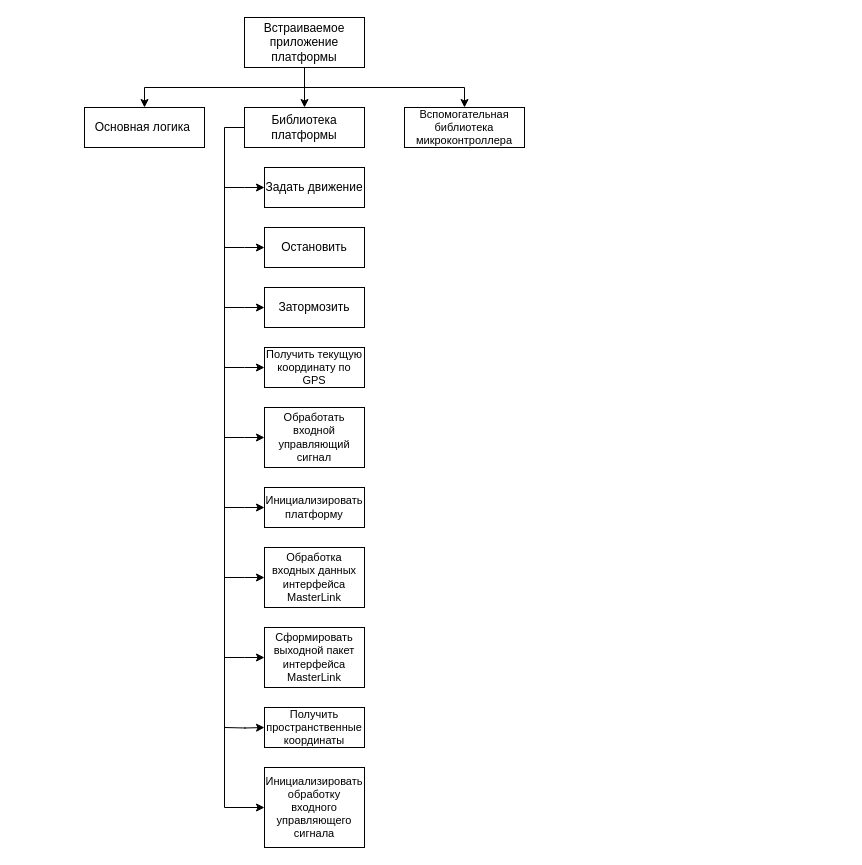
Earlier version of the draw.io diagram Course3/functional.drawio (forem1/Portfolio). Source tidied: cells renumbered, new cells numbered last; positions are measured from the earlier drawing's top-left corner, leaving out a move shared by most shapes. Both pictures are drawn from the tidied source at 100%, with x=0, y=0 at pixel (84, 17).
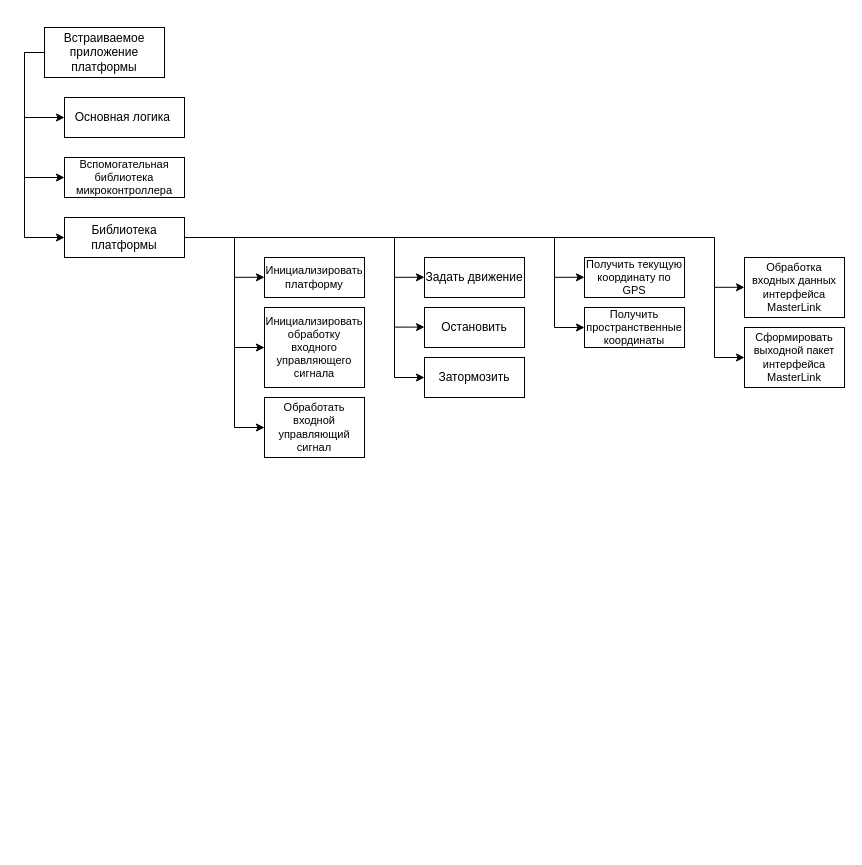
The same diagram, later.

The edit, as a diff of the source:
```diff
@@
-    <mxCell id="2" style="edgeStyle=orthogonalEdgeStyle;rounded=0;jettySize=auto;html=1;exitX=0.5;exitY=1;exitDx=0;exitDy=0;entryX=0.5;entryY=0;entryDx=0;entryDy=0;fontSize=11;startArrow=none;startFill=0;" parent="1" edge="1" source="5" target="8">
-      <mxGeometry relative="1" as="geometry" />
-    </mxCell>
-    <mxCell id="3" style="edgeStyle=orthogonalEdgeStyle;rounded=0;jettySize=auto;html=1;exitX=0.5;exitY=1;exitDx=0;exitDy=0;entryX=0.5;entryY=0;entryDx=0;entryDy=0;fontSize=11;startArrow=none;startFill=0;" parent="1" edge="1" source="5" target="6">
+    <mxCell id="3" style="edgeStyle=orthogonalEdgeStyle;rounded=0;jettySize=auto;html=1;exitX=0;exitY=0.5;exitDx=0;exitDy=0;entryX=0;entryY=0.5;entryDx=0;entryDy=0;fontSize=13;startArrow=none;startFill=0;" parent="1" edge="1" source="5" target="6">
       <mxGeometry relative="1" as="geometry" />
     </mxCell>
-    <mxCell id="4" style="edgeStyle=orthogonalEdgeStyle;rounded=0;jettySize=auto;html=1;exitX=0.5;exitY=1;exitDx=0;exitDy=0;fontSize=11;startArrow=none;startFill=0;" parent="1" edge="1" source="5" target="11">
+    <mxCell id="4" style="edgeStyle=orthogonalEdgeStyle;rounded=0;jettySize=auto;html=1;exitX=0;exitY=0.5;exitDx=0;exitDy=0;entryX=0;entryY=0.5;entryDx=0;entryDy=0;fontSize=13;startArrow=none;startFill=0;" parent="1" edge="1" source="5" target="11">
       <mxGeometry relative="1" as="geometry" />
     </mxCell>
+    <mxCell id="2" style="edgeStyle=orthogonalEdgeStyle;rounded=0;jettySize=auto;html=1;exitX=0;exitY=0.5;exitDx=0;exitDy=0;entryX=0;entryY=0.5;entryDx=0;entryDy=0;fontSize=13;startArrow=none;startFill=0;" parent="1" edge="1" source="5" target="8">
+      <mxGeometry relative="1" as="geometry" />
+    </mxCell>
     <mxCell id="5" value="Встраиваемое приложение платформы" style="rounded=0;whiteSpace=wrap;html=1;" parent="1" vertex="1">
-      <mxGeometry x="160" width="120" height="50" as="geometry" />
+      <mxGeometry x="-40" y="10" width="120" height="50" as="geometry" />
     </mxCell>
     <mxCell id="6" value="Основная логика&amp;nbsp;" style="rounded=0;whiteSpace=wrap;html=1;" parent="1" vertex="1">
-      <mxGeometry y="90" width="120" height="40" as="geometry" />
+      <mxGeometry x="-20" y="80" width="120" height="40" as="geometry" />
     </mxCell>
-    <mxCell id="7" style="edgeStyle=orthogonalEdgeStyle;rounded=0;jettySize=auto;html=1;exitX=0;exitY=0.5;exitDx=0;exitDy=0;fontSize=11;startArrow=none;startFill=0;entryX=0;entryY=0.5;entryDx=0;entryDy=0;" parent="1" edge="1" source="8" target="20">
-      <mxGeometry relative="1" as="geometry">
-        <Array as="points">
-          <mxPoint x="140" y="110" />
-          <mxPoint x="140" y="790" />
-        </Array>
-      </mxGeometry>
-    </mxCell>
+    <mxCell id="29" style="edgeStyle=orthogonalEdgeStyle;rounded=0;jettySize=auto;html=1;exitX=1;exitY=0.5;exitDx=0;exitDy=0;fontSize=12;startArrow=none;startFill=0;entryX=0;entryY=0.5;entryDx=0;entryDy=0;" parent="1" edge="1" source="8" target="24">
+      <mxGeometry relative="1" as="geometry">
+        <Array as="points">
+          <mxPoint x="630" y="220" />
+          <mxPoint x="630" y="340" />
+        </Array>
+      </mxGeometry>
+    </mxCell>
     <mxCell id="8" value="Библиотека платформы" style="rounded=0;whiteSpace=wrap;html=1;" parent="1" vertex="1">
-      <mxGeometry x="160" y="90" width="120" height="40" as="geometry" />
+      <mxGeometry x="-20" y="200" width="120" height="40" as="geometry" />
     </mxCell>
-    <mxCell id="9" style="edgeStyle=orthogonalEdgeStyle;rounded=0;jettySize=auto;html=1;exitX=0;exitY=0.5;exitDx=0;exitDy=0;fontSize=11;startArrow=classic;startFill=1;endArrow=none;endFill=0;" parent="1" edge="1" source="10">
-      <mxGeometry relative="1" as="geometry">
-        <mxPoint x="140" y="170" as="targetPoint" />
-      </mxGeometry>
-    </mxCell>
     <mxCell id="10" value="Задать движение" style="rounded=0;whiteSpace=wrap;html=1;" parent="1" vertex="1">
-      <mxGeometry x="180" y="150" width="100" height="40" as="geometry" />
+      <mxGeometry x="340" y="240" width="100" height="40" as="geometry" />
     </mxCell>
     <mxCell id="11" value="Вспомогательная библиотека микроконтроллера" style="rounded=0;whiteSpace=wrap;html=1;fontSize=11;" parent="1" vertex="1">
-      <mxGeometry x="320" y="90" width="120" height="40" as="geometry" />
+      <mxGeometry x="-20" y="140" width="120" height="40" as="geometry" />
     </mxCell>
     <mxCell id="12" value="Остановить" style="rounded=0;whiteSpace=wrap;html=1;" parent="1" vertex="1">
-      <mxGeometry x="180" y="210" width="100" height="40" as="geometry" />
+      <mxGeometry x="340" y="290" width="100" height="40" as="geometry" />
     </mxCell>
     <mxCell id="13" value="Затормозить" style="rounded=0;whiteSpace=wrap;html=1;" parent="1" vertex="1">
-      <mxGeometry x="180" y="270" width="100" height="40" as="geometry" />
+      <mxGeometry x="340" y="340" width="100" height="40" as="geometry" />
     </mxCell>
     <mxCell id="14" value="Получить текущую координату по GPS" style="rounded=0;whiteSpace=wrap;html=1;fontSize=11;" parent="1" vertex="1">
-      <mxGeometry x="180" y="330" width="100" height="40" as="geometry" />
+      <mxGeometry x="500" y="240" width="100" height="40" as="geometry" />
     </mxCell>
     <mxCell id="15" value="Обработать входной управляющий сигнал" style="rounded=0;whiteSpace=wrap;html=1;fontSize=11;" parent="1" vertex="1">
-      <mxGeometry x="180" y="390" width="100" height="60" as="geometry" />
+      <mxGeometry x="180" y="380" width="100" height="60" as="geometry" />
     </mxCell>
-    <mxCell id="16" style="edgeStyle=orthogonalEdgeStyle;rounded=0;jettySize=auto;html=1;exitX=0;exitY=0.5;exitDx=0;exitDy=0;fontSize=11;startArrow=classic;startFill=1;endArrow=none;endFill=0;" parent="1" edge="1" source="12">
-      <mxGeometry relative="1" as="geometry">
-        <mxPoint x="140" y="230" as="targetPoint" />
-      </mxGeometry>
-    </mxCell>
-    <mxCell id="17" style="edgeStyle=orthogonalEdgeStyle;rounded=0;jettySize=auto;html=1;exitX=0;exitY=0.5;exitDx=0;exitDy=0;fontSize=11;startArrow=classic;startFill=1;endArrow=none;endFill=0;" parent="1" edge="1" source="13">
-      <mxGeometry relative="1" as="geometry">
-        <mxPoint x="140" y="290" as="targetPoint" />
-      </mxGeometry>
-    </mxCell>
-    <mxCell id="18" style="edgeStyle=orthogonalEdgeStyle;rounded=0;jettySize=auto;html=1;exitX=0;exitY=0.5;exitDx=0;exitDy=0;fontSize=11;startArrow=classic;startFill=1;endArrow=none;endFill=0;" parent="1" edge="1" source="14">
-      <mxGeometry relative="1" as="geometry">
-        <mxPoint x="140" y="350" as="targetPoint" />
-      </mxGeometry>
-    </mxCell>
     <mxCell id="19" value="Инициализировать платформу" style="rounded=0;whiteSpace=wrap;html=1;fontSize=11;" parent="1" vertex="1">
-      <mxGeometry x="180" y="470" width="100" height="40" as="geometry" />
+      <mxGeometry x="180" y="240" width="100" height="40" as="geometry" />
     </mxCell>
     <mxCell id="20" value="Инициализировать обработку входного управляющего сигнала" style="rounded=0;whiteSpace=wrap;html=1;fontSize=11;" parent="1" vertex="1">
-      <mxGeometry x="180" y="750" width="100" height="80" as="geometry" />
+      <mxGeometry x="180" y="290" width="100" height="80" as="geometry" />
     </mxCell>
-    <mxCell id="21" style="edgeStyle=orthogonalEdgeStyle;rounded=0;jettySize=auto;html=1;exitX=0;exitY=0.5;exitDx=0;exitDy=0;fontSize=11;startArrow=classic;startFill=1;endArrow=none;endFill=0;" parent="1" edge="1" source="15">
-      <mxGeometry relative="1" as="geometry">
-        <mxPoint x="140" y="420" as="targetPoint" />
-      </mxGeometry>
-    </mxCell>
-    <mxCell id="22" style="edgeStyle=orthogonalEdgeStyle;rounded=0;jettySize=auto;html=1;exitX=0;exitY=0.5;exitDx=0;exitDy=0;fontSize=11;startArrow=classic;startFill=1;endArrow=none;endFill=0;" parent="1" edge="1" source="19">
-      <mxGeometry relative="1" as="geometry">
-        <mxPoint x="140" y="490" as="targetPoint" />
-      </mxGeometry>
-    </mxCell>
     <mxCell id="23" value="Обработка входных данных интерфейса MasterLink" style="rounded=0;whiteSpace=wrap;html=1;fontSize=11;" parent="1" vertex="1">
-      <mxGeometry x="180" y="530" width="100" height="60" as="geometry" />
+      <mxGeometry x="660" y="240" width="100" height="60" as="geometry" />
     </mxCell>
     <mxCell id="24" value="Сформировать выходной пакет интерфейса MasterLink" style="rounded=0;whiteSpace=wrap;html=1;fontSize=11;" parent="1" vertex="1">
-      <mxGeometry x="180" y="610" width="100" height="60" as="geometry" />
+      <mxGeometry x="660" y="310" width="100" height="60" as="geometry" />
     </mxCell>
-    <mxCell id="25" style="edgeStyle=orthogonalEdgeStyle;rounded=0;jettySize=auto;html=1;exitX=0;exitY=0.5;exitDx=0;exitDy=0;fontSize=11;startArrow=classic;startFill=1;endArrow=none;endFill=0;" parent="1" edge="1" source="23">
-      <mxGeometry relative="1" as="geometry">
-        <mxPoint x="140" y="560" as="targetPoint" />
-      </mxGeometry>
-    </mxCell>
-    <mxCell id="26" style="edgeStyle=orthogonalEdgeStyle;rounded=0;jettySize=auto;html=1;exitX=0;exitY=0.5;exitDx=0;exitDy=0;fontSize=11;startArrow=classic;startFill=1;endArrow=none;endFill=0;" parent="1" edge="1" source="24">
-      <mxGeometry relative="1" as="geometry">
-        <mxPoint x="140" y="640" as="targetPoint" />
-      </mxGeometry>
-    </mxCell>
     <mxCell id="27" value="Получить пространственные координаты" style="rounded=0;whiteSpace=wrap;html=1;fontSize=11;" parent="1" vertex="1">
-      <mxGeometry x="180" y="690" width="100" height="40" as="geometry" />
+      <mxGeometry x="500" y="290" width="100" height="40" as="geometry" />
     </mxCell>
-    <mxCell id="28" style="edgeStyle=orthogonalEdgeStyle;rounded=0;orthogonalLoop=1;jettySize=auto;html=1;fontSize=11;startArrow=classic;startFill=1;endArrow=none;endFill=0;" parent="1" edge="1">
-      <mxGeometry relative="1" as="geometry">
-        <mxPoint x="180" y="710" as="sourcePoint" />
-        <mxPoint x="140" y="710" as="targetPoint" />
-      </mxGeometry>
-    </mxCell>
+    <mxCell id="30" style="endArrow=classic;html=1;rounded=0;fontSize=12;entryX=0;entryY=0.5;entryDx=0;entryDy=0;" parent="1" edge="1" target="15">
+      <mxGeometry relative="1" as="geometry">
+        <mxPoint x="150" y="220" as="sourcePoint" />
+        <Array as="points">
+          <mxPoint x="150" y="410" />
+        </Array>
+      </mxGeometry>
+    </mxCell>
+    <mxCell id="31" style="endArrow=classic;html=1;rounded=0;fontSize=12;entryX=0;entryY=0.5;entryDx=0;entryDy=0;" parent="1" edge="1" target="20">
+      <mxGeometry relative="1" as="geometry">
+        <mxPoint x="150" y="330" as="sourcePoint" />
+      </mxGeometry>
+    </mxCell>
+    <mxCell id="32" style="endArrow=classic;html=1;rounded=0;fontSize=12;entryX=0;entryY=0.5;entryDx=0;entryDy=0;" parent="1" edge="1" target="13">
+      <mxGeometry relative="1" as="geometry">
+        <mxPoint x="310" y="220" as="sourcePoint" />
+        <Array as="points">
+          <mxPoint x="310" y="360" />
+        </Array>
+      </mxGeometry>
+    </mxCell>
+    <mxCell id="33" style="endArrow=classic;html=1;rounded=0;fontSize=12;entryX=0;entryY=0.5;entryDx=0;entryDy=0;" parent="1" edge="1" target="27">
+      <mxGeometry relative="1" as="geometry">
+        <mxPoint x="470" y="220" as="sourcePoint" />
+        <Array as="points">
+          <mxPoint x="470" y="310" />
+        </Array>
+      </mxGeometry>
+    </mxCell>
+    <mxCell id="34" style="endArrow=classic;html=1;rounded=0;fontSize=12;entryX=0;entryY=0.5;entryDx=0;entryDy=0;" parent="1" edge="1">
+      <mxGeometry relative="1" as="geometry">
+        <mxPoint x="150" y="259.8" as="sourcePoint" />
+        <mxPoint x="180" y="259.8" as="targetPoint" />
+      </mxGeometry>
+    </mxCell>
+    <mxCell id="35" style="endArrow=classic;html=1;rounded=0;fontSize=12;entryX=0;entryY=0.5;entryDx=0;entryDy=0;" parent="1" edge="1">
+      <mxGeometry relative="1" as="geometry">
+        <mxPoint x="310" y="259.8" as="sourcePoint" />
+        <mxPoint x="340" y="259.8" as="targetPoint" />
+      </mxGeometry>
+    </mxCell>
+    <mxCell id="36" style="endArrow=classic;html=1;rounded=0;fontSize=12;entryX=0;entryY=0.5;entryDx=0;entryDy=0;" parent="1" edge="1">
+      <mxGeometry relative="1" as="geometry">
+        <mxPoint x="310" y="309.6" as="sourcePoint" />
+        <mxPoint x="340" y="309.6" as="targetPoint" />
+      </mxGeometry>
+    </mxCell>
+    <mxCell id="37" style="endArrow=classic;html=1;rounded=0;fontSize=12;entryX=0;entryY=0.5;entryDx=0;entryDy=0;" parent="1" edge="1">
+      <mxGeometry relative="1" as="geometry">
+        <mxPoint x="630" y="269.8" as="sourcePoint" />
+        <mxPoint x="660" y="269.8" as="targetPoint" />
+      </mxGeometry>
+    </mxCell>
+    <mxCell id="38" style="endArrow=classic;html=1;rounded=0;fontSize=12;entryX=0;entryY=0.5;entryDx=0;entryDy=0;" parent="1" edge="1">
+      <mxGeometry relative="1" as="geometry">
+        <mxPoint x="470" y="259.8" as="sourcePoint" />
+        <mxPoint x="500" y="259.8" as="targetPoint" />
+      </mxGeometry>
+    </mxCell>
```
